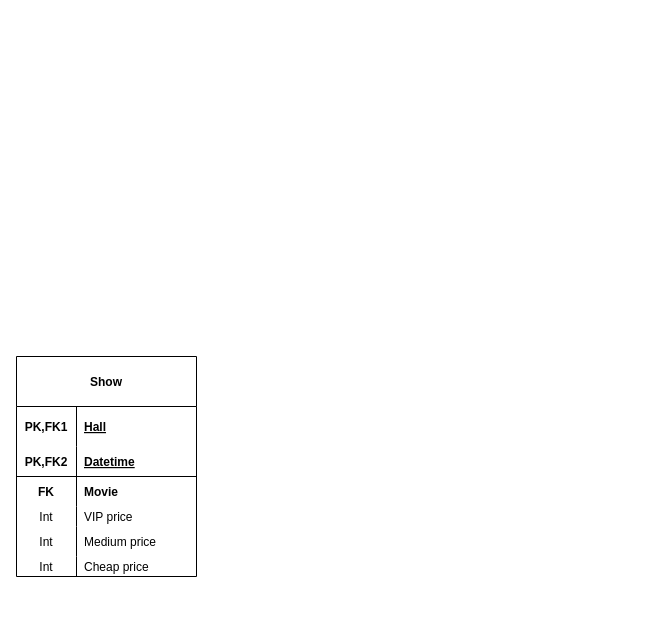
The draw.io diagram description/db.drawio in pointuseless/kinocms, before the edit. Source tidied: cells renumbered, new cells numbered last; positions are measured from the earlier drawing's top-left corner, leaving out a move shared by most shapes. Both pictures are drawn from the tidied source at 100%, with x=0, y=0 at pixel (16, 356).
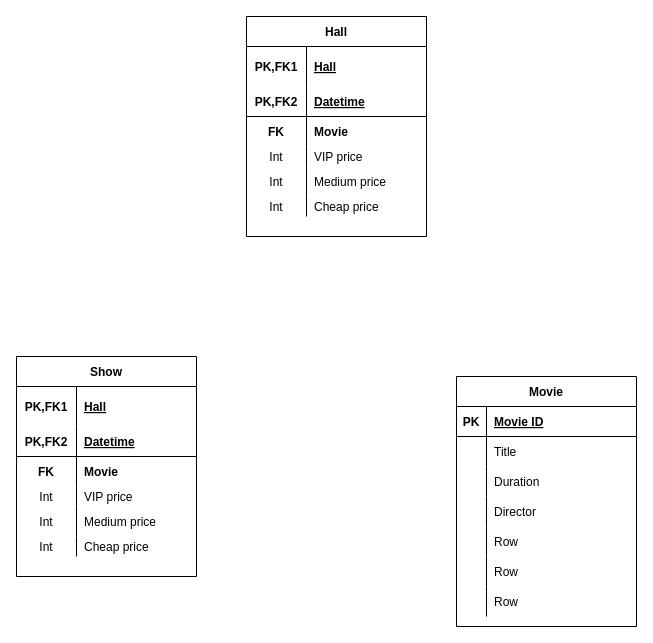
The same page after the edit.

Diff of the diagram source:
```diff
@@
-    <mxCell id="2" value="Show" style="shape=table;startSize=50;childLayout=tableLayout;rowLines=0;fontStyle=1;align=center;columnLines=1;resizeLastRow=0;" parent="1" vertex="1">
+    <mxCell id="2" value="Show" style="shape=table;startSize=30;childLayout=tableLayout;rowLines=0;fontStyle=1;align=center;columnLines=1;resizeLastRow=0;" parent="1" vertex="1">
       <mxGeometry width="180" height="220" as="geometry" />
     </mxCell>
     <mxCell id="3" style="shape=partialRectangle;fillColor=none;top=0;left=0;bottom=0;right=0;" parent="2" vertex="1">
-      <mxGeometry y="50" width="180" height="40" as="geometry" />
+      <mxGeometry y="30" width="180" height="40" as="geometry" />
     </mxCell>
@@
     <mxCell id="6" style="shape=partialRectangle;fillColor=none;top=0;left=0;bottom=1;right=0;" parent="2" vertex="1">
-      <mxGeometry y="90" width="180" height="30" as="geometry" />
+      <mxGeometry y="70" width="180" height="30" as="geometry" />
     </mxCell>
@@
     <mxCell id="9" style="shape=partialRectangle;fillColor=none;top=0;left=0;bottom=0;right=0;" parent="2" vertex="1">
-      <mxGeometry y="120" width="180" height="30" as="geometry" />
+      <mxGeometry y="100" width="180" height="30" as="geometry" />
     </mxCell>
@@
     <mxCell id="12" style="shape=partialRectangle;fillColor=none;top=0;left=0;bottom=0;right=0;" parent="2" vertex="1">
-      <mxGeometry y="150" width="180" height="20" as="geometry" />
+      <mxGeometry y="130" width="180" height="20" as="geometry" />
     </mxCell>
@@
     <mxCell id="15" style="shape=partialRectangle;fillColor=none;top=0;left=0;bottom=0;right=0;" parent="2" vertex="1">
-      <mxGeometry y="170" width="180" height="30" as="geometry" />
+      <mxGeometry y="150" width="180" height="30" as="geometry" />
     </mxCell>
@@
     <mxCell id="18" style="shape=partialRectangle;fillColor=none;top=0;left=0;bottom=0;right=0;" parent="2" vertex="1">
-      <mxGeometry y="200" width="180" height="20" as="geometry" />
+      <mxGeometry y="180" width="180" height="20" as="geometry" />
     </mxCell>
@@
+    <mxCell id="21" value="Hall" style="shape=table;startSize=30;childLayout=tableLayout;rowLines=0;fontStyle=1;align=center;columnLines=1;resizeLastRow=0;" parent="1" vertex="1">
+      <mxGeometry x="230" y="-340" width="180" height="220" as="geometry" />
+    </mxCell>
+    <mxCell id="22" style="shape=partialRectangle;fillColor=none;top=0;left=0;bottom=0;right=0;" parent="21" vertex="1">
+      <mxGeometry y="30" width="180" height="40" as="geometry" />
+    </mxCell>
+    <mxCell id="23" value="PK,FK1" style="shape=partialRectangle;fillColor=none;top=0;left=0;bottom=0;right=0;fontStyle=1;overflow=hidden;" parent="22" vertex="1">
+      <mxGeometry width="60" height="40" as="geometry" />
+    </mxCell>
+    <mxCell id="24" value="Hall" style="shape=partialRectangle;fillColor=none;top=0;left=0;bottom=0;right=0;align=left;spacingLeft=6;fontStyle=5;overflow=hidden;" parent="22" vertex="1">
+      <mxGeometry x="60" width="120" height="40" as="geometry" />
+    </mxCell>
+    <mxCell id="25" style="shape=partialRectangle;fillColor=none;top=0;left=0;bottom=1;right=0;" parent="21" vertex="1">
+      <mxGeometry y="70" width="180" height="30" as="geometry" />
+    </mxCell>
+    <mxCell id="26" value="PK,FK2" style="shape=partialRectangle;fillColor=none;top=0;left=0;bottom=0;right=0;fontStyle=1;overflow=hidden;" parent="25" vertex="1">
+      <mxGeometry width="60" height="30" as="geometry" />
+    </mxCell>
+    <mxCell id="27" value="Datetime" style="shape=partialRectangle;fillColor=none;top=0;left=0;bottom=0;right=0;align=left;spacingLeft=6;fontStyle=5;overflow=hidden;" parent="25" vertex="1">
+      <mxGeometry x="60" width="120" height="30" as="geometry" />
+    </mxCell>
+    <mxCell id="28" style="shape=partialRectangle;fillColor=none;top=0;left=0;bottom=0;right=0;" parent="21" vertex="1">
+      <mxGeometry y="100" width="180" height="30" as="geometry" />
+    </mxCell>
+    <mxCell id="29" value="FK" style="shape=partialRectangle;fillColor=none;top=0;left=0;bottom=0;right=0;overflow=hidden;fontStyle=1;" parent="28" vertex="1">
+      <mxGeometry width="60" height="30" as="geometry" />
+    </mxCell>
+    <mxCell id="30" value="Movie" style="shape=partialRectangle;fillColor=none;top=0;left=0;bottom=0;right=0;align=left;spacingLeft=6;overflow=hidden;fontStyle=1;" parent="28" vertex="1">
+      <mxGeometry x="60" width="120" height="30" as="geometry" />
+    </mxCell>
+    <mxCell id="31" style="shape=partialRectangle;fillColor=none;top=0;left=0;bottom=0;right=0;" parent="21" vertex="1">
+      <mxGeometry y="130" width="180" height="20" as="geometry" />
+    </mxCell>
+    <mxCell id="32" value="Int" style="shape=partialRectangle;fillColor=none;top=0;left=0;bottom=0;right=0;overflow=hidden;" parent="31" vertex="1">
+      <mxGeometry width="60" height="20" as="geometry" />
+    </mxCell>
+    <mxCell id="33" value="VIP price" style="shape=partialRectangle;fillColor=none;top=0;left=0;bottom=0;right=0;align=left;spacingLeft=6;overflow=hidden;" parent="31" vertex="1">
+      <mxGeometry x="60" width="120" height="20" as="geometry" />
+    </mxCell>
+    <mxCell id="34" style="shape=partialRectangle;fillColor=none;top=0;left=0;bottom=0;right=0;" parent="21" vertex="1">
+      <mxGeometry y="150" width="180" height="30" as="geometry" />
+    </mxCell>
+    <mxCell id="35" value="Int" style="shape=partialRectangle;fillColor=none;top=0;left=0;bottom=0;right=0;overflow=hidden;" parent="34" vertex="1">
+      <mxGeometry width="60" height="30" as="geometry" />
+    </mxCell>
+    <mxCell id="36" value="Medium price" style="shape=partialRectangle;fillColor=none;top=0;left=0;bottom=0;right=0;align=left;spacingLeft=6;overflow=hidden;" parent="34" vertex="1">
+      <mxGeometry x="60" width="120" height="30" as="geometry" />
+    </mxCell>
+    <mxCell id="37" style="shape=partialRectangle;fillColor=none;top=0;left=0;bottom=0;right=0;" parent="21" vertex="1">
+      <mxGeometry y="180" width="180" height="20" as="geometry" />
+    </mxCell>
+    <mxCell id="38" value="Int" style="shape=partialRectangle;fillColor=none;top=0;left=0;bottom=0;right=0;overflow=hidden;" parent="37" vertex="1">
+      <mxGeometry width="60" height="20" as="geometry" />
+    </mxCell>
+    <mxCell id="39" value="Cheap price" style="shape=partialRectangle;fillColor=none;top=0;left=0;bottom=0;right=0;align=left;spacingLeft=6;overflow=hidden;" parent="37" vertex="1">
+      <mxGeometry x="60" width="120" height="20" as="geometry" />
+    </mxCell>
+    <mxCell id="40" value="Movie" style="shape=table;startSize=30;childLayout=tableLayout;rowLines=0;fontStyle=1;align=center;" parent="1" vertex="1">
+      <mxGeometry x="440" y="20" width="180" height="250" as="geometry" />
+    </mxCell>
+    <mxCell id="41" style="shape=partialRectangle;fillColor=none;top=0;left=0;bottom=1;right=0;" parent="40" vertex="1">
+      <mxGeometry y="30" width="180" height="30" as="geometry" />
+    </mxCell>
+    <mxCell id="42" value="PK" style="shape=partialRectangle;fillColor=none;top=0;left=0;bottom=0;right=0;fontStyle=1;overflow=hidden;" parent="41" vertex="1">
+      <mxGeometry width="30" height="30" as="geometry" />
+    </mxCell>
+    <mxCell id="43" value="Movie ID" style="shape=partialRectangle;fillColor=none;top=0;left=0;bottom=0;right=0;align=left;spacingLeft=6;fontStyle=5;overflow=hidden;" parent="41" vertex="1">
+      <mxGeometry x="30" width="150" height="30" as="geometry" />
+    </mxCell>
+    <mxCell id="44" style="shape=partialRectangle;fillColor=none;top=0;left=0;bottom=0;right=0;" parent="40" vertex="1">
+      <mxGeometry y="60" width="180" height="30" as="geometry" />
+    </mxCell>
+    <mxCell id="45" style="shape=partialRectangle;fillColor=none;top=0;left=0;bottom=0;right=0;overflow=hidden;" parent="44" vertex="1">
+      <mxGeometry width="30" height="30" as="geometry" />
+    </mxCell>
+    <mxCell id="46" value="Title" style="shape=partialRectangle;fillColor=none;top=0;left=0;bottom=0;right=0;align=left;spacingLeft=6;overflow=hidden;" parent="44" vertex="1">
+      <mxGeometry x="30" width="150" height="30" as="geometry" />
+    </mxCell>
+    <mxCell id="47" style="shape=partialRectangle;fillColor=none;top=0;left=0;bottom=0;right=0;" parent="40" vertex="1">
+      <mxGeometry y="90" width="180" height="30" as="geometry" />
+    </mxCell>
+    <mxCell id="48" style="shape=partialRectangle;fillColor=none;top=0;left=0;bottom=0;right=0;overflow=hidden;" parent="47" vertex="1">
+      <mxGeometry width="30" height="30" as="geometry" />
+    </mxCell>
+    <mxCell id="49" value="Duration" style="shape=partialRectangle;fillColor=none;top=0;left=0;bottom=0;right=0;align=left;spacingLeft=6;overflow=hidden;" parent="47" vertex="1">
+      <mxGeometry x="30" width="150" height="30" as="geometry" />
+    </mxCell>
+    <mxCell id="50" style="shape=partialRectangle;fillColor=none;top=0;left=0;bottom=0;right=0;" parent="40" vertex="1">
+      <mxGeometry y="120" width="180" height="30" as="geometry" />
+    </mxCell>
+    <mxCell id="51" style="shape=partialRectangle;fillColor=none;top=0;left=0;bottom=0;right=0;overflow=hidden;" parent="50" vertex="1">
+      <mxGeometry width="30" height="30" as="geometry" />
+    </mxCell>
+    <mxCell id="52" value="Director" style="shape=partialRectangle;fillColor=none;top=0;left=0;bottom=0;right=0;align=left;spacingLeft=6;overflow=hidden;" parent="50" vertex="1">
+      <mxGeometry x="30" width="150" height="30" as="geometry" />
+    </mxCell>
+    <mxCell id="53" style="shape=partialRectangle;fillColor=none;top=0;left=0;bottom=0;right=0;" parent="40" vertex="1">
+      <mxGeometry y="150" width="180" height="30" as="geometry" />
+    </mxCell>
+    <mxCell id="54" style="shape=partialRectangle;fillColor=none;top=0;left=0;bottom=0;right=0;overflow=hidden;" parent="53" vertex="1">
+      <mxGeometry width="30" height="30" as="geometry" />
+    </mxCell>
+    <mxCell id="55" value="Row" style="shape=partialRectangle;fillColor=none;top=0;left=0;bottom=0;right=0;align=left;spacingLeft=6;overflow=hidden;" parent="53" vertex="1">
+      <mxGeometry x="30" width="150" height="30" as="geometry" />
+    </mxCell>
+    <mxCell id="56" style="shape=partialRectangle;fillColor=none;top=0;left=0;bottom=0;right=0;" parent="40" vertex="1">
+      <mxGeometry y="180" width="180" height="30" as="geometry" />
+    </mxCell>
+    <mxCell id="57" style="shape=partialRectangle;fillColor=none;top=0;left=0;bottom=0;right=0;overflow=hidden;" parent="56" vertex="1">
+      <mxGeometry width="30" height="30" as="geometry" />
+    </mxCell>
+    <mxCell id="58" value="Row" style="shape=partialRectangle;fillColor=none;top=0;left=0;bottom=0;right=0;align=left;spacingLeft=6;overflow=hidden;" parent="56" vertex="1">
+      <mxGeometry x="30" width="150" height="30" as="geometry" />
+    </mxCell>
+    <mxCell id="59" style="shape=partialRectangle;fillColor=none;top=0;left=0;bottom=0;right=0;" parent="40" vertex="1">
+      <mxGeometry y="210" width="180" height="30" as="geometry" />
+    </mxCell>
+    <mxCell id="60" style="shape=partialRectangle;fillColor=none;top=0;left=0;bottom=0;right=0;overflow=hidden;" parent="59" vertex="1">
+      <mxGeometry width="30" height="30" as="geometry" />
+    </mxCell>
+    <mxCell id="61" value="Row" style="shape=partialRectangle;fillColor=none;top=0;left=0;bottom=0;right=0;align=left;spacingLeft=6;overflow=hidden;" parent="59" vertex="1">
+      <mxGeometry x="30" width="150" height="30" as="geometry" />
+    </mxCell>
```
